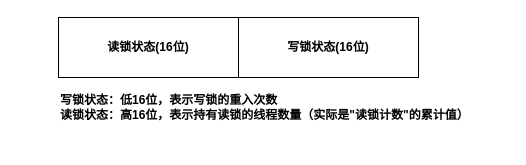
Earlier version of the draw.io diagram pocess_diagram/同步状态设计.drawio (abigalexy/online_drawing). Source tidied: cells renumbered, new cells numbered last; positions are measured from the earlier drawing's top-left corner, leaving out a move shared by most shapes. Both pictures are drawn from the tidied source at 100%, with x=0, y=0 at pixel (58, 17).
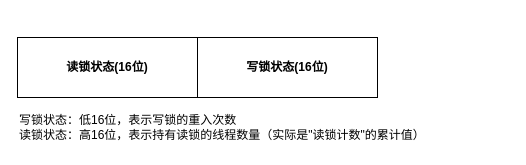
The same diagram, later.

Commit message:
已添加 同步状态设计.drawio

The edit, as a diff of the source:
```diff
@@
 <mxGraphModel>
   <root>
     <mxCell id="0" />
     <mxCell id="1" parent="0" />
-    <mxCell id="2" style="group;" parent="1" vertex="1">
-      <mxGeometry width="360" height="60" as="geometry" />
-    </mxCell>
+    <mxCell id="8" style="group;" parent="1" vertex="1">
+      <mxGeometry x="-41" y="20" width="450" height="110" as="geometry" />
+    </mxCell>
+    <mxCell id="9" style="group;" parent="8" vertex="1">
+      <mxGeometry width="360" height="60" as="geometry" />
+    </mxCell>
-    <mxCell id="3" style="rounded=0;whiteSpace=wrap;html=1;" parent="2" vertex="1">
+    <mxCell id="3" style="rounded=0;whiteSpace=wrap;html=1;" parent="9" vertex="1">
       <mxGeometry width="180" height="60" as="geometry" />
     </mxCell>
-    <mxCell id="4" style="rounded=0;whiteSpace=wrap;html=1;" parent="2" vertex="1">
+    <mxCell id="4" style="rounded=0;whiteSpace=wrap;html=1;" parent="9" vertex="1">
       <mxGeometry x="180" width="180" height="60" as="geometry" />
     </mxCell>
-    <mxCell id="5" value="&lt;b&gt;读锁状态(16位)&lt;/b&gt;" style="text;strokeColor=none;align=center;fillColor=none;html=1;verticalAlign=middle;whiteSpace=wrap;rounded=0;" parent="2" vertex="1">
+    <mxCell id="5" value="&lt;b&gt;读锁状态(16位)&lt;/b&gt;" style="text;strokeColor=none;align=center;fillColor=none;html=1;verticalAlign=middle;whiteSpace=wrap;rounded=0;" parent="9" vertex="1">
       <mxGeometry x="45" y="15" width="90" height="30" as="geometry" />
     </mxCell>
-    <mxCell id="6" value="&lt;b&gt;写锁状态(16位)&lt;/b&gt;" style="text;strokeColor=none;align=center;fillColor=none;html=1;verticalAlign=middle;whiteSpace=wrap;rounded=0;" parent="2" vertex="1">
+    <mxCell id="6" value="&lt;b&gt;写锁状态(16位)&lt;/b&gt;" style="text;strokeColor=none;align=center;fillColor=none;html=1;verticalAlign=middle;whiteSpace=wrap;rounded=0;" parent="9" vertex="1">
       <mxGeometry x="225" y="15" width="90" height="30" as="geometry" />
     </mxCell>
-    <mxCell id="7" value="&lt;div&gt;&lt;b&gt;写锁状态：低16位，表示写锁的重入次数&lt;/b&gt;&lt;/div&gt;&lt;div&gt;&lt;b&gt;读锁状态：高16位，表示持有读锁的线程数量（实际是&quot;读锁计数&quot;的累计值）&lt;/b&gt;&lt;/div&gt;" style="text;strokeColor=none;align=left;fillColor=none;html=1;verticalAlign=middle;whiteSpace=wrap;rounded=0;" parent="1" vertex="1">
+    <mxCell id="7" value="&lt;div&gt;写锁状态：低16位，表示写锁的重入次数&lt;/div&gt;&lt;div&gt;读锁状态：高16位，表示持有读锁的线程数量（实际是&quot;读锁计数&quot;的累计值）&lt;/div&gt;" style="text;strokeColor=none;align=left;fillColor=none;html=1;verticalAlign=middle;whiteSpace=wrap;rounded=0;" parent="8" vertex="1">
       <mxGeometry y="70" width="450" height="40" as="geometry" />
     </mxCell>
   </root>
 </mxGraphModel>
```
